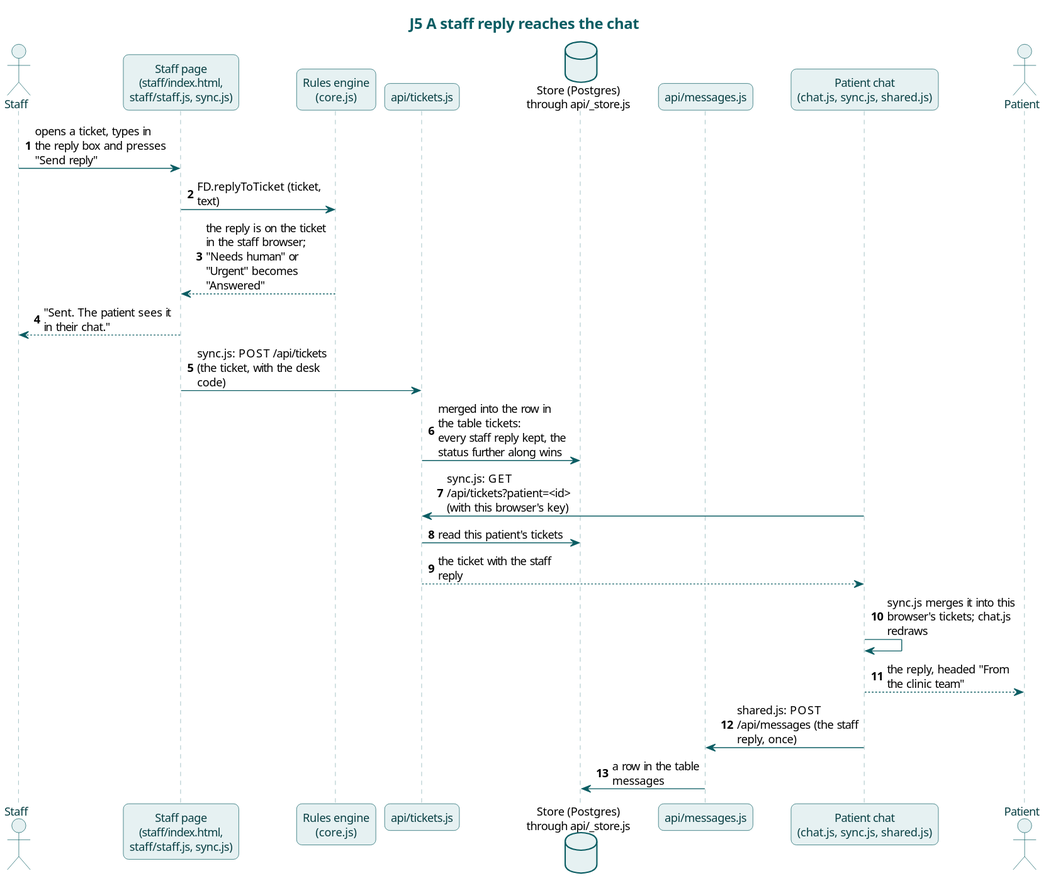
Earlier version of the PlantUML export docs/diagrams/j5-staff-reply.svg (karwasanjay007/frontdesk-ai-docs).
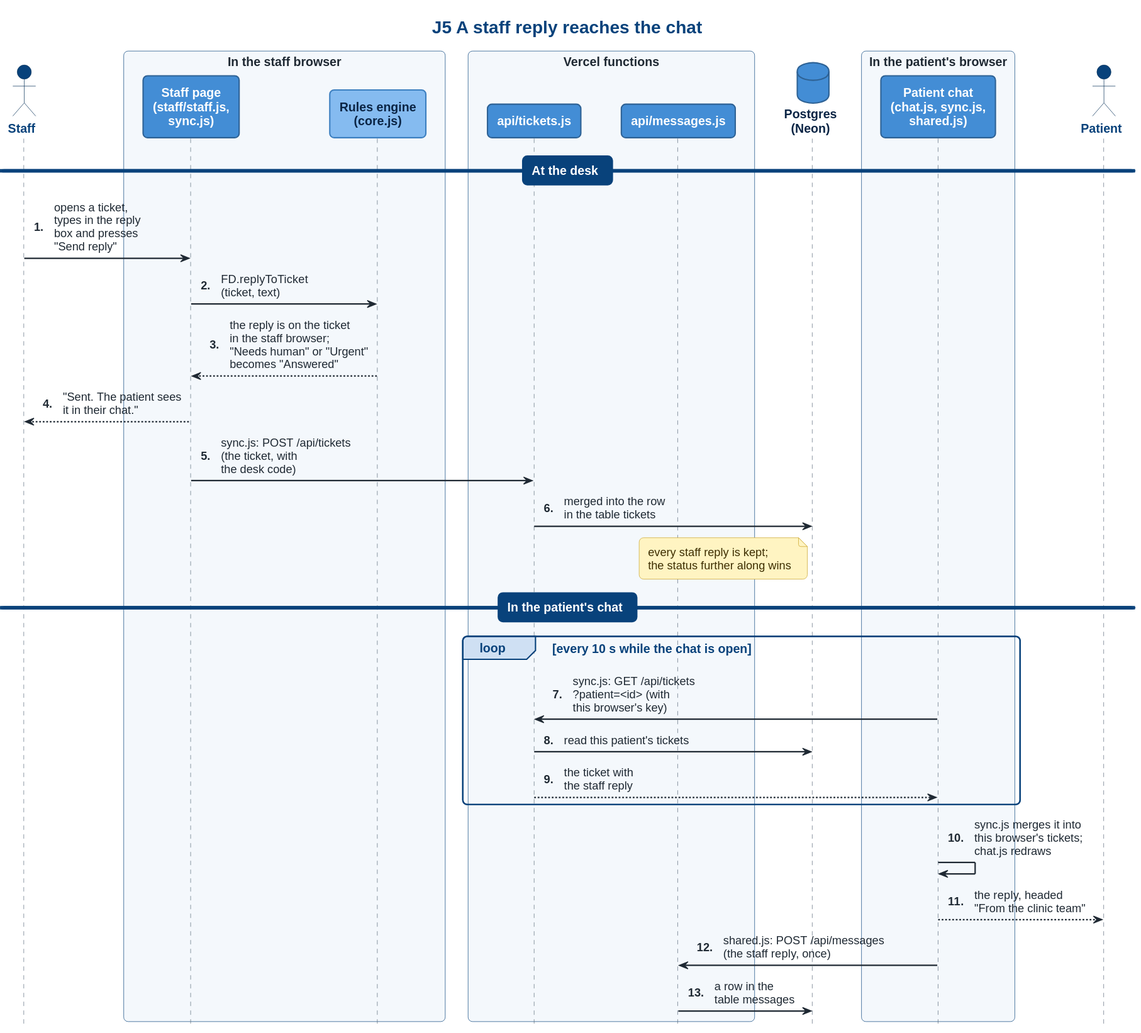
The same diagram one commit later.

What changed in the source:
```diff
@@ -1,27 +1,37 @@
 @startuml
-!include style.iuml
+!include c4-sequence.iuml
 title J5 A staff reply reaches the chat
-actor Staff
-participant "Staff page\n(staff/index.html,\nstaff/staff.js, sync.js)" as SP
-participant "Rules engine\n(core.js)" as Core
-participant "api/tickets.js" as Tix
-database "Store (Postgres)\nthrough api/_store.js" as Store
-participant "api/messages.js" as Msg
-participant "Patient chat\n(chat.js, sync.js, shared.js)" as Chat
-actor Patient
-autonumber
+actor "Staff" as Staff <<person>>
+box "In the staff browser"
+participant "Staff page\n(staff/staff.js,\nsync.js)" as SP <<container>>
+participant "Rules engine\n(core.js)" as Core <<component>>
+end box
+box "Vercel functions"
+participant "api/tickets.js" as Tix <<container>>
+participant "api/messages.js" as Msg <<container>>
+end box
+database "Postgres\n(Neon)" as Store <<store>>
+box "In the patient's browser"
+participant "Patient chat\n(chat.js, sync.js,\nshared.js)" as Chat <<container>>
+end box
+actor "Patient" as Patient <<person>>
 
-Staff -> SP : opens a ticket, types in the reply box and presses "Send reply"
-SP -> Core : FD.replyToTicket (ticket, text)
-Core --> SP : the reply is on the ticket in the staff browser;\n"Needs human" or "Urgent" becomes "Answered"
-SP --> Staff : "Sent. The patient sees it in their chat."
-SP -> Tix : sync.js: POST /api/tickets (the ticket, with the desk code)
-Tix -> Store : merged into the row in the table tickets:\nevery staff reply kept, the status further along wins
-Chat -> Tix : sync.js: GET /api/tickets?patient=<id> (with this browser's key)
-Tix -> Store : read this patient's tickets
-Tix --> Chat : the ticket with the staff reply
-Chat -> Chat : sync.js merges it into this browser's tickets; chat.js redraws
-Chat --> Patient : the reply, headed "From the clinic team"
-Chat -> Msg : shared.js: POST /api/messages (the staff reply, once)
-Msg -> Store : a row in the table messages
+== At the desk ==
+Staff -> SP : opens a ticket,\ntypes in the reply\nbox and presses\n"Send reply"
+SP -> Core : FD.replyToTicket\n(ticket, text)
+Core --> SP : the reply is on the ticket\nin the staff browser;\n"Needs human" or "Urgent"\nbecomes "Answered"
+SP --> Staff : "Sent. The patient sees\nit in their chat."
+SP -> Tix : sync.js: POST /api/tickets\n(the ticket, with\nthe desk code)
+Tix -> Store : merged into the row\nin the table tickets
+note left of Store : every staff reply is kept;\nthe status further along wins
+== In the patient's chat ==
+loop every 10 s while the chat is open
+  Chat -> Tix : sync.js: GET /api/tickets\n?patient=<id> (with\nthis browser's key)
+  Tix -> Store : read this patient's tickets
+  Tix --> Chat : the ticket with\nthe staff reply
+end
+Chat -> Chat : sync.js merges it into\nthis browser's tickets;\nchat.js redraws
+Chat --> Patient : the reply, headed\n"From the clinic team"
+Chat -> Msg : shared.js: POST /api/messages\n(the staff reply, once)
+Msg -> Store : a row in the\ntable messages
 @enduml
```
